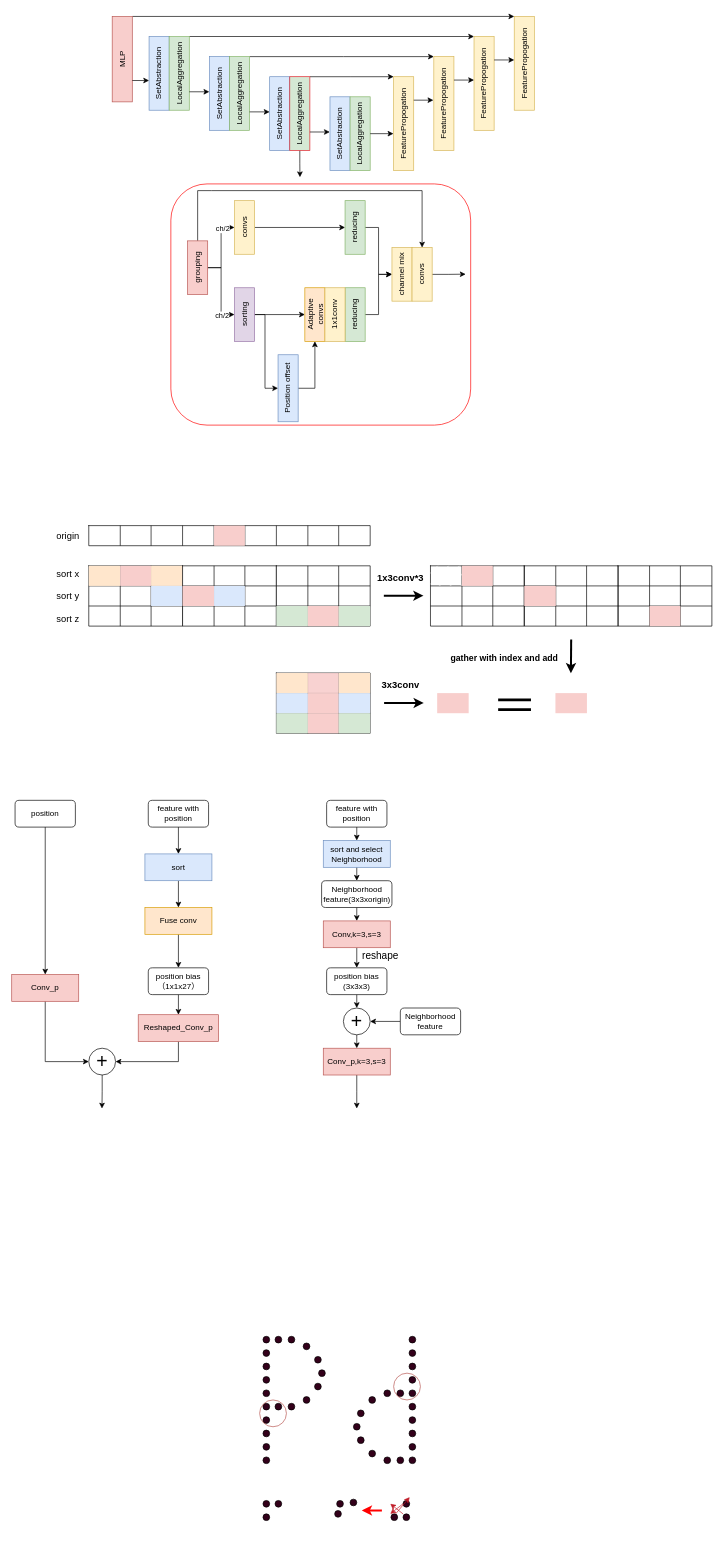
The draw.io diagram 未命名绘图.drawio in peajelly/test8, before the edit. Source tidied: cells renumbered, new cells numbered last; positions are measured from the earlier drawing's top-left corner, leaving out a move shared by most shapes. Both pictures are drawn from the tidied source at 67%, with x=0, y=0 at pixel (11, 16).
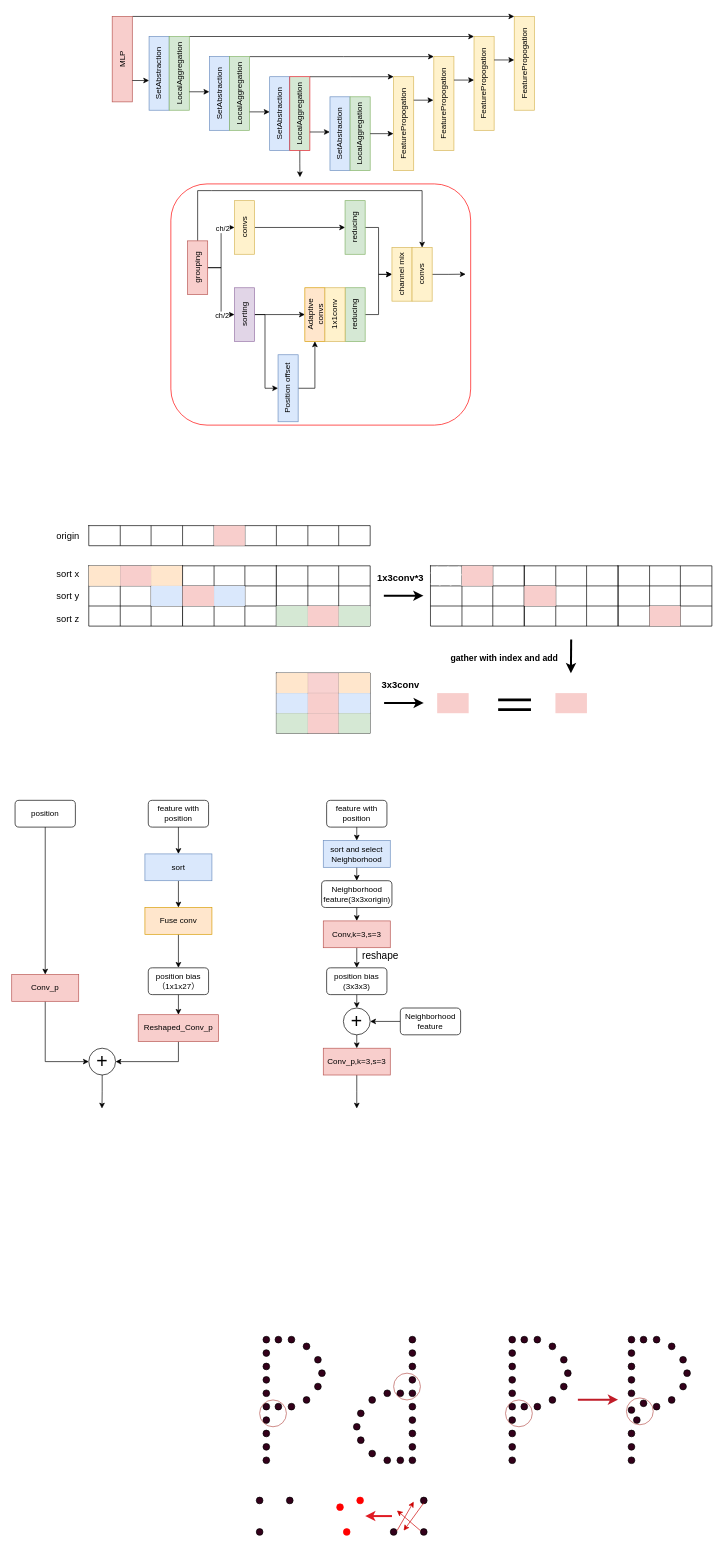
After the change.

Commit message:
更新未命名绘图.drawio

Change to the diagram source:
```diff
@@
+    <mxCell id="253" style="group;" parent="1" vertex="1">
+      <mxGeometry x="365" y="2210" width="55" height="57" as="geometry" />
+    </mxCell>
-    <mxCell id="240" style="ellipse;whiteSpace=wrap;html=1;fillColor=#33001A;" parent="1" vertex="1">
-      <mxGeometry x="375" y="2215" width="10" height="10" as="geometry" />
+    <mxCell id="240" style="ellipse;whiteSpace=wrap;html=1;fillColor=#33001A;" parent="253" vertex="1">
+      <mxGeometry width="10" height="10" as="geometry" />
     </mxCell>
-    <mxCell id="241" style="ellipse;whiteSpace=wrap;html=1;fillColor=#33001A;" parent="1" vertex="1">
-      <mxGeometry x="375" y="2235" width="10" height="10" as="geometry" />
+    <mxCell id="241" style="ellipse;whiteSpace=wrap;html=1;fillColor=#33001A;" parent="253" vertex="1">
+      <mxGeometry y="47" width="10" height="10" as="geometry" />
     </mxCell>
-    <mxCell id="242" style="ellipse;whiteSpace=wrap;html=1;fillColor=#33001A;" parent="1" vertex="1">
-      <mxGeometry x="393" y="2215" width="10" height="10" as="geometry" />
+    <mxCell id="242" style="ellipse;whiteSpace=wrap;html=1;fillColor=#33001A;" parent="253" vertex="1">
+      <mxGeometry x="45" width="10" height="10" as="geometry" />
     </mxCell>
-    <mxCell id="243" style="ellipse;whiteSpace=wrap;html=1;fillColor=#33001A;direction=north;rotation=0;flipH=0;flipV=0;" parent="1" vertex="1">
-      <mxGeometry x="584" y="2235" width="10" height="10" as="geometry" />
-    </mxCell>
-    <mxCell id="244" style="ellipse;whiteSpace=wrap;html=1;fillColor=#33001A;direction=north;rotation=0;flipH=0;flipV=0;" parent="1" vertex="1">
-      <mxGeometry x="584" y="2215" width="10" height="10" as="geometry" />
-    </mxCell>
-    <mxCell id="245" style="ellipse;whiteSpace=wrap;html=1;fillColor=#33001A;direction=north;rotation=0;flipH=0;flipV=0;" parent="1" vertex="1">
-      <mxGeometry x="566" y="2235" width="10" height="10" as="geometry" />
-    </mxCell>
-    <mxCell id="246" style="endArrow=classic;html=1;rounded=0;strokeColor=#c01c28;" parent="1" edge="1">
-      <mxGeometry relative="1" as="geometry">
-        <mxPoint x="584" y="2235" as="sourcePoint" />
-        <mxPoint x="565" y="2220" as="targetPoint" />
-      </mxGeometry>
-    </mxCell>
-    <mxCell id="247" style="endArrow=classic;html=1;rounded=0;strokeColor=#c01c28;" parent="1" edge="1">
-      <mxGeometry relative="1" as="geometry">
-        <mxPoint x="573" y="2235" as="sourcePoint" />
-        <mxPoint x="594" y="2210" as="targetPoint" />
-      </mxGeometry>
-    </mxCell>
-    <mxCell id="248" style="endArrow=classic;html=1;rounded=0;strokeColor=#c01c28;" parent="1" edge="1">
-      <mxGeometry relative="1" as="geometry">
-        <mxPoint x="584" y="2220" as="sourcePoint" />
-        <mxPoint x="565" y="2235" as="targetPoint" />
-      </mxGeometry>
-    </mxCell>
-    <mxCell id="249" style="ellipse;whiteSpace=wrap;html=1;fillColor=#33001A;" parent="1" vertex="1">
-      <mxGeometry x="485" y="2215" width="10" height="10" as="geometry" />
-    </mxCell>
-    <mxCell id="250" style="ellipse;whiteSpace=wrap;html=1;fillColor=#33001A;" parent="1" vertex="1">
-      <mxGeometry x="482" y="2230" width="10" height="10" as="geometry" />
-    </mxCell>
-    <mxCell id="251" style="ellipse;whiteSpace=wrap;html=1;fillColor=#33001A;" parent="1" vertex="1">
-      <mxGeometry x="505" y="2213" width="10" height="10" as="geometry" />
-    </mxCell>
-    <mxCell id="252" style="endArrow=classic;html=1;rounded=0;strokeColor=#FF0000;strokeWidth=3;" parent="1" edge="1">
-      <mxGeometry relative="1" as="geometry">
-        <mxPoint x="552.5" y="2230" as="sourcePoint" />
-        <mxPoint x="522.5" y="2230" as="targetPoint" />
-      </mxGeometry>
-    </mxCell>
+    <mxCell id="254" style="group;flipV=1;flipH=1;" parent="1" vertex="1">
+      <mxGeometry x="565" y="2210" width="55" height="57" as="geometry" />
+    </mxCell>
+    <mxCell id="255" style="ellipse;whiteSpace=wrap;html=1;fillColor=#33001A;" parent="254" vertex="1">
+      <mxGeometry x="45" y="47" width="10" height="10" as="geometry" />
+    </mxCell>
+    <mxCell id="256" style="ellipse;whiteSpace=wrap;html=1;fillColor=#33001A;" parent="254" vertex="1">
+      <mxGeometry x="45" width="10" height="10" as="geometry" />
+    </mxCell>
+    <mxCell id="257" style="ellipse;whiteSpace=wrap;html=1;fillColor=#33001A;" parent="254" vertex="1">
+      <mxGeometry y="47" width="10" height="10" as="geometry" />
+    </mxCell>
+    <mxCell id="258" style="endArrow=classic;html=1;rounded=0;strokeColor=#CC0000;" parent="254" edge="1">
+      <mxGeometry relative="1" as="geometry">
+        <mxPoint x="45" y="50" as="sourcePoint" />
+        <mxPoint x="10" y="20" as="targetPoint" />
+      </mxGeometry>
+    </mxCell>
+    <mxCell id="259" style="endArrow=classic;html=1;rounded=0;strokeColor=#CC0000;" parent="254" edge="1">
+      <mxGeometry relative="1" as="geometry">
+        <mxPoint x="10" y="50.2" as="sourcePoint" />
+        <mxPoint x="35" y="6.8" as="targetPoint" />
+      </mxGeometry>
+    </mxCell>
+    <mxCell id="260" style="endArrow=classic;html=1;rounded=0;strokeColor=#CC0000;" parent="254" edge="1">
+      <mxGeometry relative="1" as="geometry">
+        <mxPoint x="50" y="8.6" as="sourcePoint" />
+        <mxPoint x="20" y="50" as="targetPoint" />
+      </mxGeometry>
+    </mxCell>
+    <mxCell id="261" style="ellipse;whiteSpace=wrap;html=1;fillColor=#FF0000;strokeColor=#FF0000;" parent="1" vertex="1">
+      <mxGeometry x="515" y="2210" width="10" height="10" as="geometry" />
+    </mxCell>
+    <mxCell id="262" style="ellipse;whiteSpace=wrap;html=1;fillColor=#FF0000;strokeColor=#FF0000;" parent="1" vertex="1">
+      <mxGeometry x="485" y="2220" width="10" height="10" as="geometry" />
+    </mxCell>
+    <mxCell id="263" style="ellipse;whiteSpace=wrap;html=1;fillColor=#FF0000;strokeColor=#FF0000;" parent="1" vertex="1">
+      <mxGeometry x="495" y="2257" width="10" height="10" as="geometry" />
+    </mxCell>
+    <mxCell id="264" style="endArrow=classic;html=1;rounded=0;strokeColor=#e01b24;strokeWidth=3;" parent="1" edge="1">
+      <mxGeometry relative="1" as="geometry">
+        <mxPoint x="567.5" y="2238.3" as="sourcePoint" />
+        <mxPoint x="527.5" y="2238.3" as="targetPoint" />
+        <Array as="points">
+          <mxPoint x="547.5" y="2238.3" />
+        </Array>
+      </mxGeometry>
+    </mxCell>
+    <mxCell id="265" style="ellipse;whiteSpace=wrap;html=1;fillColor=#33001A;" parent="1" vertex="1">
+      <mxGeometry x="742" y="1970" width="10" height="10" as="geometry" />
+    </mxCell>
+    <mxCell id="266" style="ellipse;whiteSpace=wrap;html=1;fillColor=#33001A;" parent="1" vertex="1">
+      <mxGeometry x="742" y="1990" width="10" height="10" as="geometry" />
+    </mxCell>
+    <mxCell id="267" style="ellipse;whiteSpace=wrap;html=1;fillColor=#33001A;" parent="1" vertex="1">
+      <mxGeometry x="742" y="2010" width="10" height="10" as="geometry" />
+    </mxCell>
+    <mxCell id="268" style="ellipse;whiteSpace=wrap;html=1;fillColor=#33001A;" parent="1" vertex="1">
+      <mxGeometry x="742" y="2030" width="10" height="10" as="geometry" />
+    </mxCell>
+    <mxCell id="269" style="ellipse;whiteSpace=wrap;html=1;fillColor=#33001A;" parent="1" vertex="1">
+      <mxGeometry x="742" y="2050" width="10" height="10" as="geometry" />
+    </mxCell>
+    <mxCell id="270" style="ellipse;whiteSpace=wrap;html=1;fillColor=#33001A;" parent="1" vertex="1">
+      <mxGeometry x="742" y="2070" width="10" height="10" as="geometry" />
+    </mxCell>
+    <mxCell id="271" style="ellipse;whiteSpace=wrap;html=1;fillColor=#33001A;" parent="1" vertex="1">
+      <mxGeometry x="742" y="2090" width="10" height="10" as="geometry" />
+    </mxCell>
+    <mxCell id="272" style="ellipse;whiteSpace=wrap;html=1;fillColor=#33001A;" parent="1" vertex="1">
+      <mxGeometry x="742" y="2110" width="10" height="10" as="geometry" />
+    </mxCell>
+    <mxCell id="273" style="ellipse;whiteSpace=wrap;html=1;fillColor=#33001A;" parent="1" vertex="1">
+      <mxGeometry x="742" y="2130" width="10" height="10" as="geometry" />
+    </mxCell>
+    <mxCell id="274" style="ellipse;whiteSpace=wrap;html=1;fillColor=#33001A;" parent="1" vertex="1">
+      <mxGeometry x="779.5" y="1970" width="10" height="10" as="geometry" />
+    </mxCell>
+    <mxCell id="275" style="ellipse;whiteSpace=wrap;html=1;fillColor=#33001A;" parent="1" vertex="1">
+      <mxGeometry x="802" y="1980" width="10" height="10" as="geometry" />
+    </mxCell>
+    <mxCell id="276" style="ellipse;whiteSpace=wrap;html=1;fillColor=#33001A;" parent="1" vertex="1">
+      <mxGeometry x="819" y="2000" width="10" height="10" as="geometry" />
+    </mxCell>
+    <mxCell id="277" style="ellipse;whiteSpace=wrap;html=1;fillColor=#33001A;" parent="1" vertex="1">
+      <mxGeometry x="825" y="2020" width="10" height="10" as="geometry" />
+    </mxCell>
+    <mxCell id="278" style="ellipse;whiteSpace=wrap;html=1;fillColor=#33001A;" parent="1" vertex="1">
+      <mxGeometry x="819" y="2040" width="10" height="10" as="geometry" />
+    </mxCell>
+    <mxCell id="279" style="ellipse;whiteSpace=wrap;html=1;fillColor=#33001A;" parent="1" vertex="1">
+      <mxGeometry x="802" y="2060" width="10" height="10" as="geometry" />
+    </mxCell>
+    <mxCell id="280" style="ellipse;whiteSpace=wrap;html=1;fillColor=#33001A;" parent="1" vertex="1">
+      <mxGeometry x="779.5" y="2070" width="10" height="10" as="geometry" />
+    </mxCell>
+    <mxCell id="281" style="ellipse;whiteSpace=wrap;html=1;fillColor=#33001A;" parent="1" vertex="1">
+      <mxGeometry x="742" y="2150" width="10" height="10" as="geometry" />
+    </mxCell>
+    <mxCell id="282" style="ellipse;whiteSpace=wrap;html=1;fillColor=#33001A;" parent="1" vertex="1">
+      <mxGeometry x="760" y="2070" width="10" height="10" as="geometry" />
+    </mxCell>
+    <mxCell id="283" style="ellipse;whiteSpace=wrap;html=1;fillColor=#33001A;" parent="1" vertex="1">
+      <mxGeometry x="760" y="1970" width="10" height="10" as="geometry" />
+    </mxCell>
+    <mxCell id="284" style="ellipse;whiteSpace=wrap;html=1;fillColor=none;strokeColor=#b85450;" parent="1" vertex="1">
+      <mxGeometry x="737" y="2065" width="40" height="40" as="geometry" />
+    </mxCell>
+    <mxCell id="285" style="ellipse;whiteSpace=wrap;html=1;fillColor=#33001A;" parent="1" vertex="1">
+      <mxGeometry x="920" y="1970" width="10" height="10" as="geometry" />
+    </mxCell>
+    <mxCell id="286" style="ellipse;whiteSpace=wrap;html=1;fillColor=#33001A;" parent="1" vertex="1">
+      <mxGeometry x="920" y="1990" width="10" height="10" as="geometry" />
+    </mxCell>
+    <mxCell id="287" style="ellipse;whiteSpace=wrap;html=1;fillColor=#33001A;" parent="1" vertex="1">
+      <mxGeometry x="920" y="2010" width="10" height="10" as="geometry" />
+    </mxCell>
+    <mxCell id="288" style="ellipse;whiteSpace=wrap;html=1;fillColor=#33001A;" parent="1" vertex="1">
+      <mxGeometry x="920" y="2030" width="10" height="10" as="geometry" />
+    </mxCell>
+    <mxCell id="289" style="ellipse;whiteSpace=wrap;html=1;fillColor=#33001A;" parent="1" vertex="1">
+      <mxGeometry x="920" y="2050" width="10" height="10" as="geometry" />
+    </mxCell>
+    <mxCell id="290" style="ellipse;whiteSpace=wrap;html=1;fillColor=#33001A;" parent="1" vertex="1">
+      <mxGeometry x="920" y="2075" width="10" height="10" as="geometry" />
+    </mxCell>
+    <mxCell id="291" style="ellipse;whiteSpace=wrap;html=1;fillColor=#33001A;" parent="1" vertex="1">
+      <mxGeometry x="928" y="2090" width="10" height="10" as="geometry" />
+    </mxCell>
+    <mxCell id="292" style="ellipse;whiteSpace=wrap;html=1;fillColor=#33001A;" parent="1" vertex="1">
+      <mxGeometry x="920" y="2110" width="10" height="10" as="geometry" />
+    </mxCell>
+    <mxCell id="293" style="ellipse;whiteSpace=wrap;html=1;fillColor=#33001A;" parent="1" vertex="1">
+      <mxGeometry x="920" y="2130" width="10" height="10" as="geometry" />
+    </mxCell>
+    <mxCell id="294" style="ellipse;whiteSpace=wrap;html=1;fillColor=#33001A;" parent="1" vertex="1">
+      <mxGeometry x="957.5" y="1970" width="10" height="10" as="geometry" />
+    </mxCell>
+    <mxCell id="295" style="ellipse;whiteSpace=wrap;html=1;fillColor=#33001A;" parent="1" vertex="1">
+      <mxGeometry x="980" y="1980" width="10" height="10" as="geometry" />
+    </mxCell>
+    <mxCell id="296" style="ellipse;whiteSpace=wrap;html=1;fillColor=#33001A;" parent="1" vertex="1">
+      <mxGeometry x="997" y="2000" width="10" height="10" as="geometry" />
+    </mxCell>
+    <mxCell id="297" style="ellipse;whiteSpace=wrap;html=1;fillColor=#33001A;" parent="1" vertex="1">
+      <mxGeometry x="1003" y="2020" width="10" height="10" as="geometry" />
+    </mxCell>
+    <mxCell id="298" style="ellipse;whiteSpace=wrap;html=1;fillColor=#33001A;" parent="1" vertex="1">
+      <mxGeometry x="997" y="2040" width="10" height="10" as="geometry" />
+    </mxCell>
+    <mxCell id="299" style="ellipse;whiteSpace=wrap;html=1;fillColor=#33001A;" parent="1" vertex="1">
+      <mxGeometry x="980" y="2060" width="10" height="10" as="geometry" />
+    </mxCell>
+    <mxCell id="300" style="ellipse;whiteSpace=wrap;html=1;fillColor=#33001A;" parent="1" vertex="1">
+      <mxGeometry x="957.5" y="2070" width="10" height="10" as="geometry" />
+    </mxCell>
+    <mxCell id="301" style="ellipse;whiteSpace=wrap;html=1;fillColor=#33001A;" parent="1" vertex="1">
+      <mxGeometry x="920" y="2150" width="10" height="10" as="geometry" />
+    </mxCell>
+    <mxCell id="302" style="ellipse;whiteSpace=wrap;html=1;fillColor=#33001A;" parent="1" vertex="1">
+      <mxGeometry x="938" y="2065" width="10" height="10" as="geometry" />
+    </mxCell>
+    <mxCell id="303" style="ellipse;whiteSpace=wrap;html=1;fillColor=#33001A;" parent="1" vertex="1">
+      <mxGeometry x="938" y="1970" width="10" height="10" as="geometry" />
+    </mxCell>
+    <mxCell id="304" style="ellipse;whiteSpace=wrap;html=1;fillColor=none;strokeColor=#b85450;" parent="1" vertex="1">
+      <mxGeometry x="917.5" y="2062" width="40" height="40" as="geometry" />
+    </mxCell>
+    <mxCell id="305" style="endArrow=classic;html=1;rounded=0;strokeColor=#c01c28;strokeWidth=3;" parent="1" edge="1">
+      <mxGeometry relative="1" as="geometry">
+        <mxPoint x="845" y="2064.5" as="sourcePoint" />
+        <mxPoint x="905" y="2064.5" as="targetPoint" />
+      </mxGeometry>
+    </mxCell>
```
